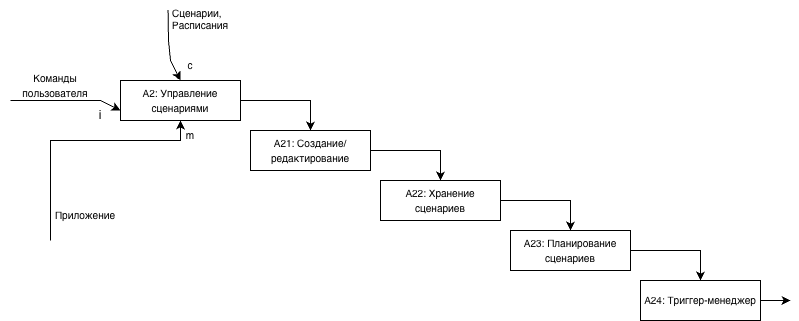
Before: Диаграммы (3 Лабораторная работа)/Диаграмма первого уровня А2 (3 Лабораторная).png, a diagram exported from draw.io (motshexe/3103-PGUTISHKI). Source tidied: cells renumbered, new cells last; positions are measured from the earlier drawing's top-left corner, leaving out a move shared by most shapes. Source of this version:
```xml
<mxGraphModel>
  <root>
    <mxCell id="0" />
    <mxCell id="1" parent="0" />
    <mxCell id="2" style="edgeStyle=orthogonalEdgeStyle;rounded=0;jettySize=auto;html=1;exitX=1;exitY=0.5;exitDx=0;exitDy=0;entryX=0.5;entryY=0;entryDx=0;entryDy=0;" parent="1" edge="1" source="3" target="11">
      <mxGeometry relative="1" as="geometry" />
    </mxCell>
    <mxCell id="3" value="&lt;font style=&quot;font-size: 10px;&quot;&gt;A2: Управление сценариями&lt;/font&gt;" style="rounded=0;whiteSpace=wrap;html=1;" parent="1" vertex="1">
      <mxGeometry x="120" y="80" width="120" height="40" as="geometry" />
    </mxCell>
    <mxCell id="4" value="&lt;font style=&quot;font-size: 10px;&quot;&gt;Команды пользователя&lt;/font&gt;" style="text;html=1;whiteSpace=wrap;strokeColor=none;fillColor=none;align=center;verticalAlign=middle;rounded=0;" parent="1" vertex="1">
      <mxGeometry y="70" width="110" height="30" as="geometry" />
    </mxCell>
    <mxCell id="5" style="edgeStyle=none;jettySize=auto;html=1;rounded=0;entryX=0;entryY=0.75;entryDx=0;entryDy=0;" parent="1" edge="1" target="3">
      <mxGeometry relative="1" as="geometry">
        <mxPoint x="10" y="100" as="sourcePoint" />
        <Array as="points">
          <mxPoint x="50" y="100" />
          <mxPoint x="100" y="100" />
        </Array>
      </mxGeometry>
    </mxCell>
    <mxCell id="6" value="i" style="text;html=1;whiteSpace=wrap;strokeColor=none;fillColor=none;align=center;verticalAlign=middle;rounded=0;" parent="1" vertex="1">
      <mxGeometry x="70" y="100" width="60" height="30" as="geometry" />
    </mxCell>
    <mxCell id="7" value="Сценарии, Расписания" style="text;whiteSpace=wrap;fontSize=10;" parent="1" vertex="1">
      <mxGeometry x="170" width="90" height="40" as="geometry" />
    </mxCell>
    <mxCell id="8" style="edgeStyle=none;jettySize=auto;html=1;rounded=0;entryX=0.5;entryY=0;entryDx=0;entryDy=0;exitX=-0.027;exitY=0.235;exitDx=0;exitDy=0;exitPerimeter=0;" parent="1" edge="1" source="7" target="3">
      <mxGeometry relative="1" as="geometry">
        <Array as="points">
          <mxPoint x="168" y="40" />
          <mxPoint x="170" y="60" />
        </Array>
      </mxGeometry>
    </mxCell>
    <mxCell id="9" value="&lt;font style=&quot;font-size: 10px;&quot;&gt;с&lt;/font&gt;" style="text;html=1;whiteSpace=wrap;strokeColor=none;fillColor=none;align=center;verticalAlign=middle;rounded=0;" parent="1" vertex="1">
      <mxGeometry x="160" y="50" width="60" height="30" as="geometry" />
    </mxCell>
    <mxCell id="10" style="edgeStyle=orthogonalEdgeStyle;rounded=0;jettySize=auto;html=1;exitX=1;exitY=0.5;exitDx=0;exitDy=0;entryX=0.5;entryY=0;entryDx=0;entryDy=0;" parent="1" edge="1" source="11" target="13">
      <mxGeometry relative="1" as="geometry" />
    </mxCell>
    <mxCell id="11" value="&lt;font style=&quot;font-size: 10px;&quot;&gt;A21: Создание/редактирование&lt;/font&gt;" style="rounded=0;whiteSpace=wrap;html=1;" parent="1" vertex="1">
      <mxGeometry x="250" y="130" width="120" height="40" as="geometry" />
    </mxCell>
    <mxCell id="12" style="edgeStyle=orthogonalEdgeStyle;rounded=0;jettySize=auto;html=1;exitX=1;exitY=0.5;exitDx=0;exitDy=0;entryX=0.5;entryY=0;entryDx=0;entryDy=0;" parent="1" edge="1" source="13" target="15">
      <mxGeometry relative="1" as="geometry" />
    </mxCell>
    <mxCell id="13" value="&lt;font style=&quot;font-size: 10px;&quot;&gt;A22: Хранение сценариев&lt;/font&gt;" style="rounded=0;whiteSpace=wrap;html=1;" parent="1" vertex="1">
      <mxGeometry x="380" y="180" width="120" height="40" as="geometry" />
    </mxCell>
    <mxCell id="14" style="edgeStyle=orthogonalEdgeStyle;rounded=0;jettySize=auto;html=1;exitX=1;exitY=0.5;exitDx=0;exitDy=0;entryX=0.5;entryY=0;entryDx=0;entryDy=0;" parent="1" edge="1" source="15" target="17">
      <mxGeometry relative="1" as="geometry" />
    </mxCell>
    <mxCell id="15" value="&lt;font style=&quot;font-size: 10px;&quot;&gt;A23: Планирование сценариев&lt;/font&gt;&lt;span style=&quot;color: rgba(0, 0, 0, 0); font-family: monospace; font-size: 0px; text-align: start; text-wrap-mode: nowrap;&quot;&gt;%3CmxGraphModel%3E%3Croot%3E%3CmxCell%20id%3D%220%22%2F%3E%3CmxCell%20id%3D%221%22%20parent%3D%220%22%2F%3E%3CmxCell%20id%3D%222%22%20value%3D%22%26lt%3Bfont%20style%3D%26quot%3Bfont-size%3A%2010px%3B%26quot%3B%26gt%3BA12%3A%20%D0%92%D1%8B%D0%BF%D0%BE%D0%BB%D0%BD%D0%B5%D0%BD%D0%B8%D0%B5%20%D0%BA%D0%BE%D0%BC%D0%B0%D0%BD%D0%B4%26lt%3B%2Ffont%26gt%3B%22%20style%3D%22rounded%3D0%3BwhiteSpace%3Dwrap%3Bhtml%3D1%3B%22%20vertex%3D%221%22%20parent%3D%221%22%3E%3CmxGeometry%20x%3D%22380%22%20y%3D%22180%22%20width%3D%22120%22%20height%3D%2240%22%20as%3D%22geometry%22%2F%3E%3C%2FmxCell%3E%3C%2Froot%3E%3C%2FmxGraphModel%3E&lt;/span&gt;" style="rounded=0;whiteSpace=wrap;html=1;" parent="1" vertex="1">
      <mxGeometry x="510" y="230" width="120" height="40" as="geometry" />
    </mxCell>
    <mxCell id="16" style="edgeStyle=orthogonalEdgeStyle;rounded=0;jettySize=auto;html=1;exitX=1;exitY=0.5;exitDx=0;exitDy=0;" parent="1" edge="1" source="17">
      <mxGeometry relative="1" as="geometry">
        <mxPoint x="790" y="300.2" as="targetPoint" />
      </mxGeometry>
    </mxCell>
    <mxCell id="17" value="&lt;font style=&quot;font-size: 10px;&quot;&gt;A24: Триггер-менеджер&lt;/font&gt;&lt;span style=&quot;color: rgba(0, 0, 0, 0); font-family: monospace; font-size: 0px; text-align: start; text-wrap-mode: nowrap;&quot;&gt;%3CmxGraphModel%3E%3Croot%3E%3CmxCell%20id%3D%220%22%2F%3E%3CmxCell%20id%3D%221%22%20parent%3D%220%22%2F%3E%3CmxCell%20id%3D%222%22%20value%3D%22%26lt%3Bfont%20style%3D%26quot%3Bfont-size%3A%2010px%3B%26quot%3B%26gt%3BA12%3A%20%D0%92%D1%8B%D0%BF%D0%BE%D0%BB%D0%BD%D0%B5%D0%BD%D0%B8%D0%B5%20%D0%BA%D0%BE%D0%BC%D0%B0%D0%BD%D0%B4%26lt%3B%2Ffont%26gt%3B%22%20style%3D%22rounded%3D0%3BwhiteSpace%3Dwrap%3Bhtml%3D1%3B%22%20vertex%3D%221%22%20parent%3D%221%22%3E%3CmxGeometry%20x%3D%22380%22%20y%3D%22180%22%20width%3D%22120%22%20height%3D%2240%22%20as%3D%22geometry%22%2F%3E%3C%2FmxCell%3E%3C%2Froot%3E%3C%2FmxGraphModel%3E&lt;/span&gt;" style="rounded=0;whiteSpace=wrap;html=1;" parent="1" vertex="1">
      <mxGeometry x="640" y="280" width="120" height="40" as="geometry" />
    </mxCell>
    <mxCell id="18" value="&lt;font style=&quot;font-size: 10px;&quot;&gt;Приложение&lt;/font&gt;" style="text;html=1;whiteSpace=wrap;strokeColor=none;fillColor=none;align=center;verticalAlign=middle;rounded=0;" parent="1" vertex="1">
      <mxGeometry x="50" y="200" width="70" height="30" as="geometry" />
    </mxCell>
    <mxCell id="19" style="edgeStyle=none;jettySize=auto;html=1;rounded=0;entryX=0.5;entryY=1;entryDx=0;entryDy=0;" parent="1" edge="1" target="3">
      <mxGeometry relative="1" as="geometry">
        <mxPoint x="50" y="240" as="sourcePoint" />
        <Array as="points">
          <mxPoint x="50" y="240" />
          <mxPoint x="50" y="140" />
          <mxPoint x="180" y="140" />
        </Array>
      </mxGeometry>
    </mxCell>
    <mxCell id="20" value="&lt;span style=&quot;font-size: 10px;&quot;&gt;m&lt;/span&gt;" style="text;html=1;whiteSpace=wrap;strokeColor=none;fillColor=none;align=center;verticalAlign=middle;rounded=0;" parent="1" vertex="1">
      <mxGeometry x="160" y="120" width="60" height="30" as="geometry" />
    </mxCell>
  </root>
</mxGraphModel>
```
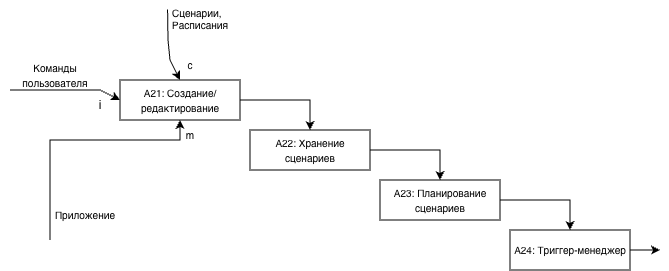
The same diagram one commit later.

The edit, as a diff of the source:
```diff
@@ -2,82 +2,79 @@
   <root>
     <mxCell id="0" />
     <mxCell id="1" parent="0" />
-    <mxCell id="2" style="edgeStyle=orthogonalEdgeStyle;rounded=0;jettySize=auto;html=1;exitX=1;exitY=0.5;exitDx=0;exitDy=0;entryX=0.5;entryY=0;entryDx=0;entryDy=0;" parent="1" edge="1" source="3" target="11">
-      <mxGeometry relative="1" as="geometry" />
-    </mxCell>
-    <mxCell id="3" value="&lt;font style=&quot;font-size: 10px;&quot;&gt;A2: Управление сценариями&lt;/font&gt;" style="rounded=0;whiteSpace=wrap;html=1;" parent="1" vertex="1">
-      <mxGeometry x="120" y="80" width="120" height="40" as="geometry" />
-    </mxCell>
     <mxCell id="4" value="&lt;font style=&quot;font-size: 10px;&quot;&gt;Команды пользователя&lt;/font&gt;" style="text;html=1;whiteSpace=wrap;strokeColor=none;fillColor=none;align=center;verticalAlign=middle;rounded=0;" parent="1" vertex="1">
-      <mxGeometry y="70" width="110" height="30" as="geometry" />
+      <mxGeometry x="10" y="80" width="110" height="30" as="geometry" />
     </mxCell>
-    <mxCell id="5" style="edgeStyle=none;jettySize=auto;html=1;rounded=0;entryX=0;entryY=0.75;entryDx=0;entryDy=0;" parent="1" edge="1" target="3">
+    <mxCell id="5" style="edgeStyle=none;orthogonalLoop=1;jettySize=auto;html=1;rounded=0;entryX=0;entryY=0.75;entryDx=0;entryDy=0;" parent="1" edge="1">
       <mxGeometry relative="1" as="geometry">
-        <mxPoint x="10" y="100" as="sourcePoint" />
+        <mxPoint x="20" y="110" as="sourcePoint" />
+        <mxPoint x="130" y="120" as="targetPoint" />
         <Array as="points">
-          <mxPoint x="50" y="100" />
-          <mxPoint x="100" y="100" />
+          <mxPoint x="60" y="110" />
+          <mxPoint x="110" y="110" />
         </Array>
       </mxGeometry>
     </mxCell>
     <mxCell id="6" value="i" style="text;html=1;whiteSpace=wrap;strokeColor=none;fillColor=none;align=center;verticalAlign=middle;rounded=0;" parent="1" vertex="1">
-      <mxGeometry x="70" y="100" width="60" height="30" as="geometry" />
+      <mxGeometry x="80" y="110" width="60" height="30" as="geometry" />
     </mxCell>
     <mxCell id="7" value="Сценарии, Расписания" style="text;whiteSpace=wrap;fontSize=10;" parent="1" vertex="1">
-      <mxGeometry x="170" width="90" height="40" as="geometry" />
+      <mxGeometry x="180" y="20" width="90" height="40" as="geometry" />
     </mxCell>
-    <mxCell id="8" style="edgeStyle=none;jettySize=auto;html=1;rounded=0;entryX=0.5;entryY=0;entryDx=0;entryDy=0;exitX=-0.027;exitY=0.235;exitDx=0;exitDy=0;exitPerimeter=0;" parent="1" edge="1" source="7" target="3">
+    <mxCell id="8" style="edgeStyle=none;jettySize=auto;html=1;rounded=0;entryX=0.5;entryY=0;entryDx=0;entryDy=0;exitX=-0.027;exitY=0.235;exitDx=0;exitDy=0;exitPerimeter=0;" parent="1" edge="1" source="7">
       <mxGeometry relative="1" as="geometry">
+        <mxPoint x="190" y="100" as="targetPoint" />
         <Array as="points">
-          <mxPoint x="168" y="40" />
-          <mxPoint x="170" y="60" />
+          <mxPoint x="178" y="60" />
+          <mxPoint x="180" y="80" />
         </Array>
       </mxGeometry>
     </mxCell>
     <mxCell id="9" value="&lt;font style=&quot;font-size: 10px;&quot;&gt;с&lt;/font&gt;" style="text;html=1;whiteSpace=wrap;strokeColor=none;fillColor=none;align=center;verticalAlign=middle;rounded=0;" parent="1" vertex="1">
-      <mxGeometry x="160" y="50" width="60" height="30" as="geometry" />
+      <mxGeometry x="170" y="70" width="60" height="30" as="geometry" />
     </mxCell>
     <mxCell id="10" style="edgeStyle=orthogonalEdgeStyle;rounded=0;jettySize=auto;html=1;exitX=1;exitY=0.5;exitDx=0;exitDy=0;entryX=0.5;entryY=0;entryDx=0;entryDy=0;" parent="1" edge="1" source="11" target="13">
       <mxGeometry relative="1" as="geometry" />
     </mxCell>
     <mxCell id="11" value="&lt;font style=&quot;font-size: 10px;&quot;&gt;A21: Создание/редактирование&lt;/font&gt;" style="rounded=0;whiteSpace=wrap;html=1;" parent="1" vertex="1">
-      <mxGeometry x="250" y="130" width="120" height="40" as="geometry" />
+      <mxGeometry x="130" y="100" width="120" height="40" as="geometry" />
     </mxCell>
     <mxCell id="12" style="edgeStyle=orthogonalEdgeStyle;rounded=0;jettySize=auto;html=1;exitX=1;exitY=0.5;exitDx=0;exitDy=0;entryX=0.5;entryY=0;entryDx=0;entryDy=0;" parent="1" edge="1" source="13" target="15">
       <mxGeometry relative="1" as="geometry" />
     </mxCell>
     <mxCell id="13" value="&lt;font style=&quot;font-size: 10px;&quot;&gt;A22: Хранение сценариев&lt;/font&gt;" style="rounded=0;whiteSpace=wrap;html=1;" parent="1" vertex="1">
-      <mxGeometry x="380" y="180" width="120" height="40" as="geometry" />
+      <mxGeometry x="260" y="150" width="120" height="40" as="geometry" />
     </mxCell>
     <mxCell id="14" style="edgeStyle=orthogonalEdgeStyle;rounded=0;jettySize=auto;html=1;exitX=1;exitY=0.5;exitDx=0;exitDy=0;entryX=0.5;entryY=0;entryDx=0;entryDy=0;" parent="1" edge="1" source="15" target="17">
       <mxGeometry relative="1" as="geometry" />
     </mxCell>
     <mxCell id="15" value="&lt;font style=&quot;font-size: 10px;&quot;&gt;A23: Планирование сценариев&lt;/font&gt;&lt;span style=&quot;color: rgba(0, 0, 0, 0); font-family: monospace; font-size: 0px; text-align: start; text-wrap-mode: nowrap;&quot;&gt;%3CmxGraphModel%3E%3Croot%3E%3CmxCell%20id%3D%220%22%2F%3E%3CmxCell%20id%3D%221%22%20parent%3D%220%22%2F%3E%3CmxCell%20id%3D%222%22%20value%3D%22%26lt%3Bfont%20style%3D%26quot%3Bfont-size%3A%2010px%3B%26quot%3B%26gt%3BA12%3A%20%D0%92%D1%8B%D0%BF%D0%BE%D0%BB%D0%BD%D0%B5%D0%BD%D0%B8%D0%B5%20%D0%BA%D0%BE%D0%BC%D0%B0%D0%BD%D0%B4%26lt%3B%2Ffont%26gt%3B%22%20style%3D%22rounded%3D0%3BwhiteSpace%3Dwrap%3Bhtml%3D1%3B%22%20vertex%3D%221%22%20parent%3D%221%22%3E%3CmxGeometry%20x%3D%22380%22%20y%3D%22180%22%20width%3D%22120%22%20height%3D%2240%22%20as%3D%22geometry%22%2F%3E%3C%2FmxCell%3E%3C%2Froot%3E%3C%2FmxGraphModel%3E&lt;/span&gt;" style="rounded=0;whiteSpace=wrap;html=1;" parent="1" vertex="1">
-      <mxGeometry x="510" y="230" width="120" height="40" as="geometry" />
+      <mxGeometry x="390" y="200" width="120" height="40" as="geometry" />
     </mxCell>
     <mxCell id="16" style="edgeStyle=orthogonalEdgeStyle;rounded=0;jettySize=auto;html=1;exitX=1;exitY=0.5;exitDx=0;exitDy=0;" parent="1" edge="1" source="17">
       <mxGeometry relative="1" as="geometry">
-        <mxPoint x="790" y="300.2" as="targetPoint" />
+        <mxPoint x="670" y="270.2" as="targetPoint" />
       </mxGeometry>
     </mxCell>
     <mxCell id="17" value="&lt;font style=&quot;font-size: 10px;&quot;&gt;A24: Триггер-менеджер&lt;/font&gt;&lt;span style=&quot;color: rgba(0, 0, 0, 0); font-family: monospace; font-size: 0px; text-align: start; text-wrap-mode: nowrap;&quot;&gt;%3CmxGraphModel%3E%3Croot%3E%3CmxCell%20id%3D%220%22%2F%3E%3CmxCell%20id%3D%221%22%20parent%3D%220%22%2F%3E%3CmxCell%20id%3D%222%22%20value%3D%22%26lt%3Bfont%20style%3D%26quot%3Bfont-size%3A%2010px%3B%26quot%3B%26gt%3BA12%3A%20%D0%92%D1%8B%D0%BF%D0%BE%D0%BB%D0%BD%D0%B5%D0%BD%D0%B8%D0%B5%20%D0%BA%D0%BE%D0%BC%D0%B0%D0%BD%D0%B4%26lt%3B%2Ffont%26gt%3B%22%20style%3D%22rounded%3D0%3BwhiteSpace%3Dwrap%3Bhtml%3D1%3B%22%20vertex%3D%221%22%20parent%3D%221%22%3E%3CmxGeometry%20x%3D%22380%22%20y%3D%22180%22%20width%3D%22120%22%20height%3D%2240%22%20as%3D%22geometry%22%2F%3E%3C%2FmxCell%3E%3C%2Froot%3E%3C%2FmxGraphModel%3E&lt;/span&gt;" style="rounded=0;whiteSpace=wrap;html=1;" parent="1" vertex="1">
-      <mxGeometry x="640" y="280" width="120" height="40" as="geometry" />
+      <mxGeometry x="520" y="250" width="120" height="40" as="geometry" />
     </mxCell>
     <mxCell id="18" value="&lt;font style=&quot;font-size: 10px;&quot;&gt;Приложение&lt;/font&gt;" style="text;html=1;whiteSpace=wrap;strokeColor=none;fillColor=none;align=center;verticalAlign=middle;rounded=0;" parent="1" vertex="1">
-      <mxGeometry x="50" y="200" width="70" height="30" as="geometry" />
+      <mxGeometry x="60" y="220" width="70" height="30" as="geometry" />
     </mxCell>
-    <mxCell id="19" style="edgeStyle=none;jettySize=auto;html=1;rounded=0;entryX=0.5;entryY=1;entryDx=0;entryDy=0;" parent="1" edge="1" target="3">
+    <mxCell id="19" style="edgeStyle=none;orthogonalLoop=1;jettySize=auto;html=1;rounded=0;entryX=0.5;entryY=1;entryDx=0;entryDy=0;" parent="1" edge="1">
       <mxGeometry relative="1" as="geometry">
-        <mxPoint x="50" y="240" as="sourcePoint" />
+        <mxPoint x="60" y="260" as="sourcePoint" />
+        <mxPoint x="190" y="140" as="targetPoint" />
         <Array as="points">
-          <mxPoint x="50" y="240" />
-          <mxPoint x="50" y="140" />
-          <mxPoint x="180" y="140" />
+          <mxPoint x="60" y="260" />
+          <mxPoint x="60" y="160" />
+          <mxPoint x="190" y="160" />
         </Array>
       </mxGeometry>
     </mxCell>
     <mxCell id="20" value="&lt;span style=&quot;font-size: 10px;&quot;&gt;m&lt;/span&gt;" style="text;html=1;whiteSpace=wrap;strokeColor=none;fillColor=none;align=center;verticalAlign=middle;rounded=0;" parent="1" vertex="1">
-      <mxGeometry x="160" y="120" width="60" height="30" as="geometry" />
+      <mxGeometry x="170" y="140" width="60" height="30" as="geometry" />
     </mxCell>
   </root>
 </mxGraphModel>
```
